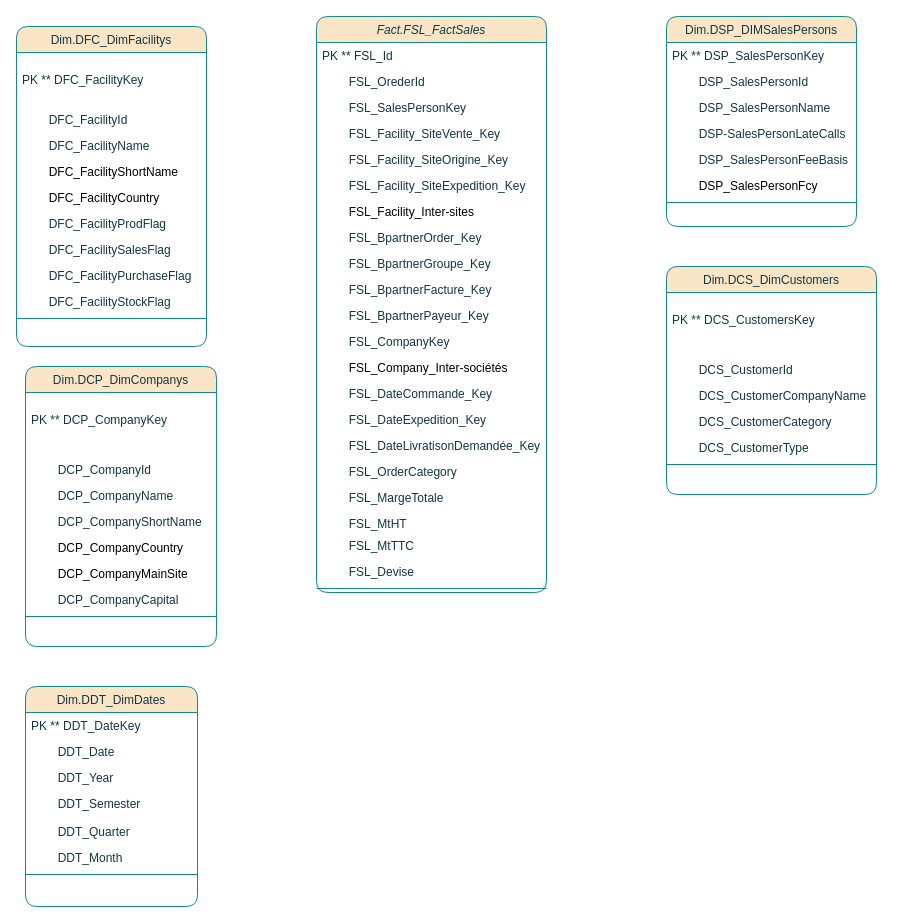
BorchaniMohamed/BI_PROJECT_PFE keeps this draw.io diagram as Diagramme de classe.drawio. Above is the earlier version. Source tidied: cells renumbered, new cells numbered last; positions are measured from the earlier drawing's top-left corner, leaving out a move shared by most shapes. Both pictures are drawn from the tidied source at 100%, with x=0, y=0 at pixel (16, 16).
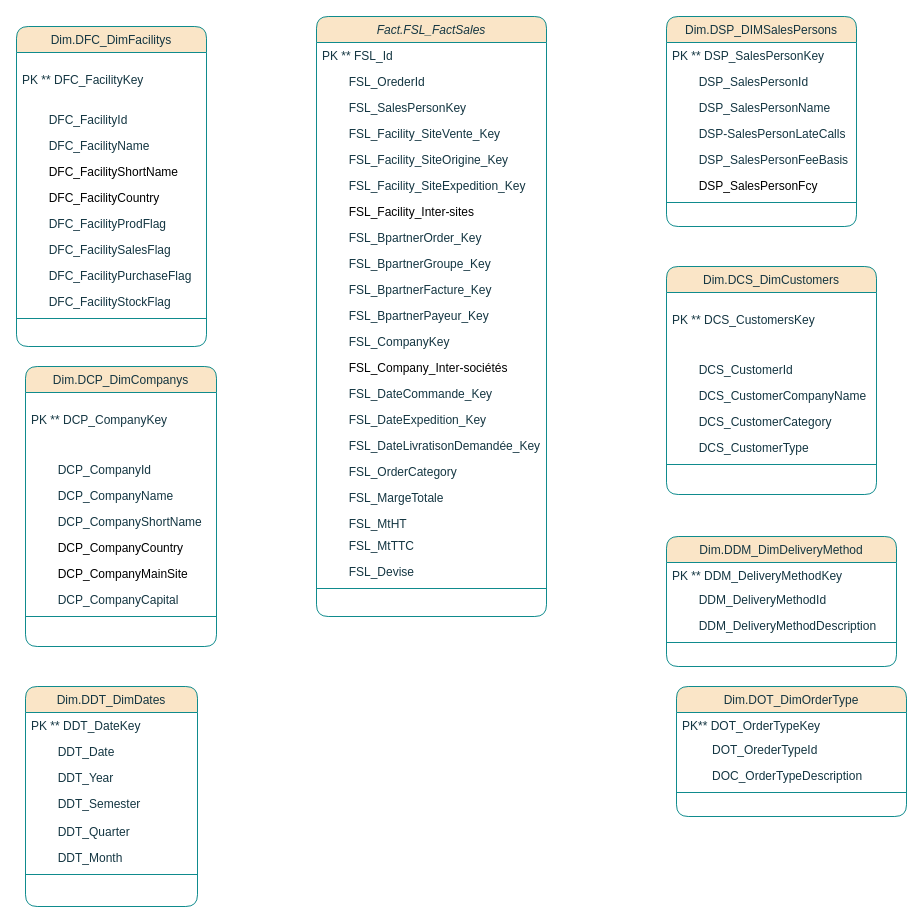
Above is the later version.

Commit message:
Mettre à jour Diagramme de classe.drawio

What changed in the source:
```diff
@@
     <mxCell id="2" value="Fact.FSL_FactSales" style="swimlane;fontStyle=2;align=center;verticalAlign=top;horizontal=1;startSize=26;rounded=1;shadow=0;strokeWidth=1;labelBackgroundColor=none;fillColor=#FAE5C7;strokeColor=#0F8B8D;fontColor=#143642;" parent="1" vertex="1">
-      <mxGeometry x="300" width="230" height="576" as="geometry" />
+      <mxGeometry x="300" width="230" height="600" as="geometry" />
     </mxCell>
@@
+    <mxCell id="68" value="Dim.DDM_DimDeliveryMethod" style="swimlane;fontStyle=0;align=center;verticalAlign=top;horizontal=1;startSize=26;rounded=1;shadow=0;strokeWidth=1;fillColor=#FAE5C7;strokeColor=#0F8B8D;labelBackgroundColor=none;fontColor=#143642;" parent="1" vertex="1">
+      <mxGeometry x="650" y="520" width="230" height="130" as="geometry" />
+    </mxCell>
+    <mxCell id="69" value="PK ** DDM_DeliveryMethodKey" style="text;align=left;verticalAlign=top;spacingLeft=4;spacingRight=4;overflow=hidden;labelBackgroundColor=none;fontColor=#143642;rounded=1;" parent="68" vertex="1">
+      <mxGeometry y="26" width="230" height="24" as="geometry" />
+    </mxCell>
+    <mxCell id="70" value="        DDM_DeliveryMethodId" style="text;align=left;verticalAlign=top;spacingLeft=4;spacingRight=4;overflow=hidden;labelBackgroundColor=none;fontColor=#143642;rounded=1;" parent="68" vertex="1">
+      <mxGeometry y="50" width="230" height="26" as="geometry" />
+    </mxCell>
+    <mxCell id="71" value="        DDM_DeliveryMethodDescription" style="text;align=left;verticalAlign=top;spacingLeft=4;spacingRight=4;overflow=hidden;labelBackgroundColor=none;fontColor=#143642;rounded=1;" parent="68" vertex="1">
+      <mxGeometry y="76" width="230" height="26" as="geometry" />
+    </mxCell>
+    <mxCell id="72" style="line;html=1;strokeWidth=1;align=left;verticalAlign=middle;spacingTop=-1;spacingLeft=3;spacingRight=3;labelPosition=right;labelBackgroundColor=none;fillColor=#FAE5C7;strokeColor=#0F8B8D;fontColor=#143642;rounded=1;" parent="68" vertex="1">
+      <mxGeometry y="102" width="230" height="8" as="geometry" />
+    </mxCell>
+    <mxCell id="73" value="Dim.DOT_DimOrderType" style="swimlane;fontStyle=0;align=center;verticalAlign=top;horizontal=1;startSize=26;rounded=1;shadow=0;strokeWidth=1;fillColor=#FAE5C7;strokeColor=#0F8B8D;labelBackgroundColor=none;fontColor=#143642;" parent="1" vertex="1">
+      <mxGeometry x="660" y="670" width="230" height="130" as="geometry" />
+    </mxCell>
+    <mxCell id="74" value="PK** DOT_OrderTypeKey&#10; " style="text;align=left;verticalAlign=top;spacingLeft=4;spacingRight=4;overflow=hidden;labelBackgroundColor=none;fontColor=#143642;rounded=1;" parent="73" vertex="1">
+      <mxGeometry y="26" width="230" height="24" as="geometry" />
+    </mxCell>
+    <mxCell id="75" value="         DOT_OrederTypeId" style="text;align=left;verticalAlign=top;spacingLeft=4;spacingRight=4;overflow=hidden;labelBackgroundColor=none;fontColor=#143642;rounded=1;" parent="73" vertex="1">
+      <mxGeometry y="50" width="230" height="26" as="geometry" />
+    </mxCell>
+    <mxCell id="76" value="         DOC_OrderTypeDescription" style="text;align=left;verticalAlign=top;spacingLeft=4;spacingRight=4;overflow=hidden;labelBackgroundColor=none;fontColor=#143642;rounded=1;" parent="73" vertex="1">
+      <mxGeometry y="76" width="230" height="26" as="geometry" />
+    </mxCell>
+    <mxCell id="77" style="line;html=1;strokeWidth=1;align=left;verticalAlign=middle;spacingTop=-1;spacingLeft=3;spacingRight=3;labelPosition=right;labelBackgroundColor=none;fillColor=#FAE5C7;strokeColor=#0F8B8D;fontColor=#143642;rounded=1;" parent="73" vertex="1">
+      <mxGeometry y="102" width="230" height="8" as="geometry" />
+    </mxCell>
```
